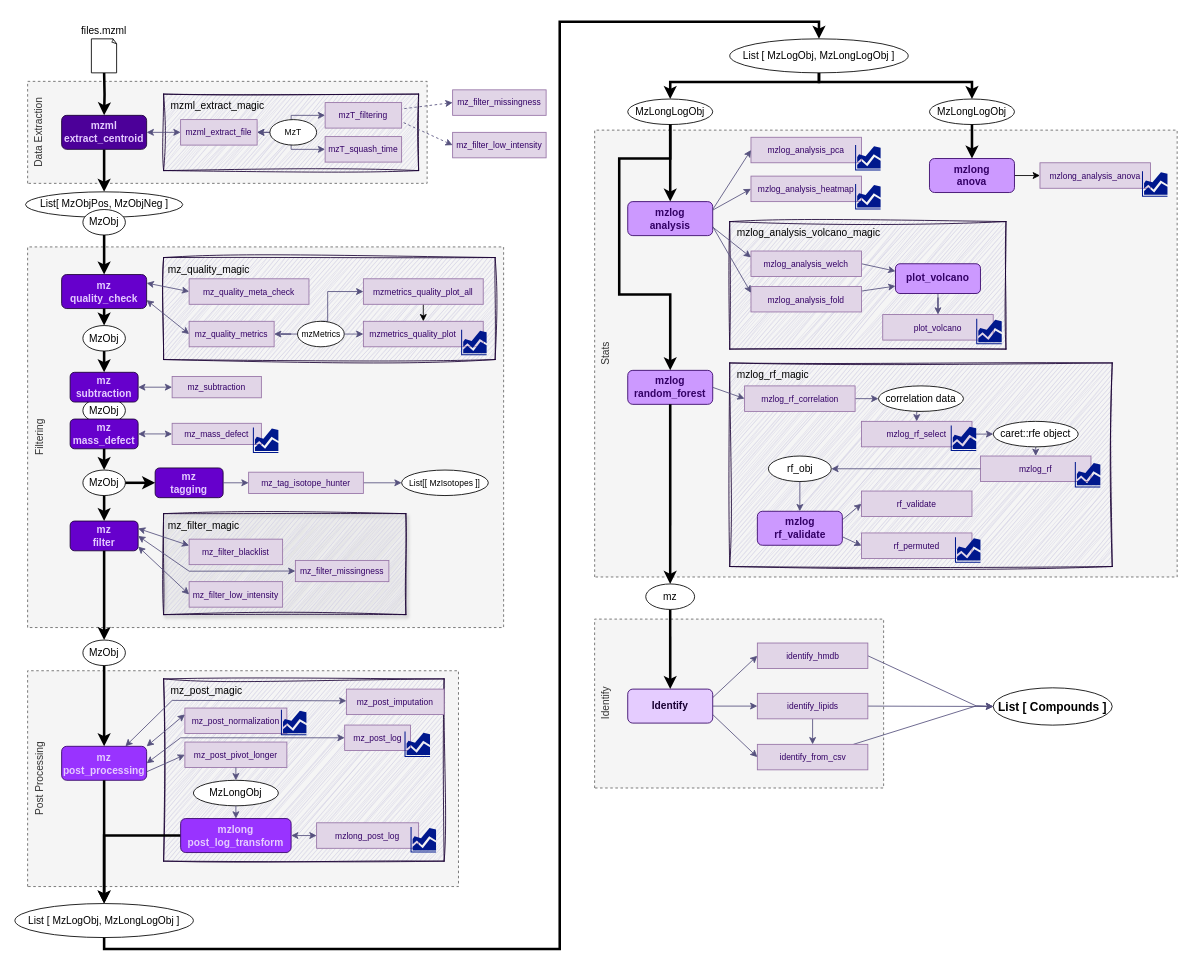
The draw.io diagram page "medusa_detailed" (2 of 5) of diagrams/source/medusa.drawio in laura-hetzel/MeDUSA, before the edit. Source tidied: cells renumbered, new cells numbered last; positions are measured from the earlier drawing's top-left corner, leaving out a move shared by most shapes. Both pictures are drawn from the tidied source at 85%, with x=0, y=0 at pixel (14, -68).
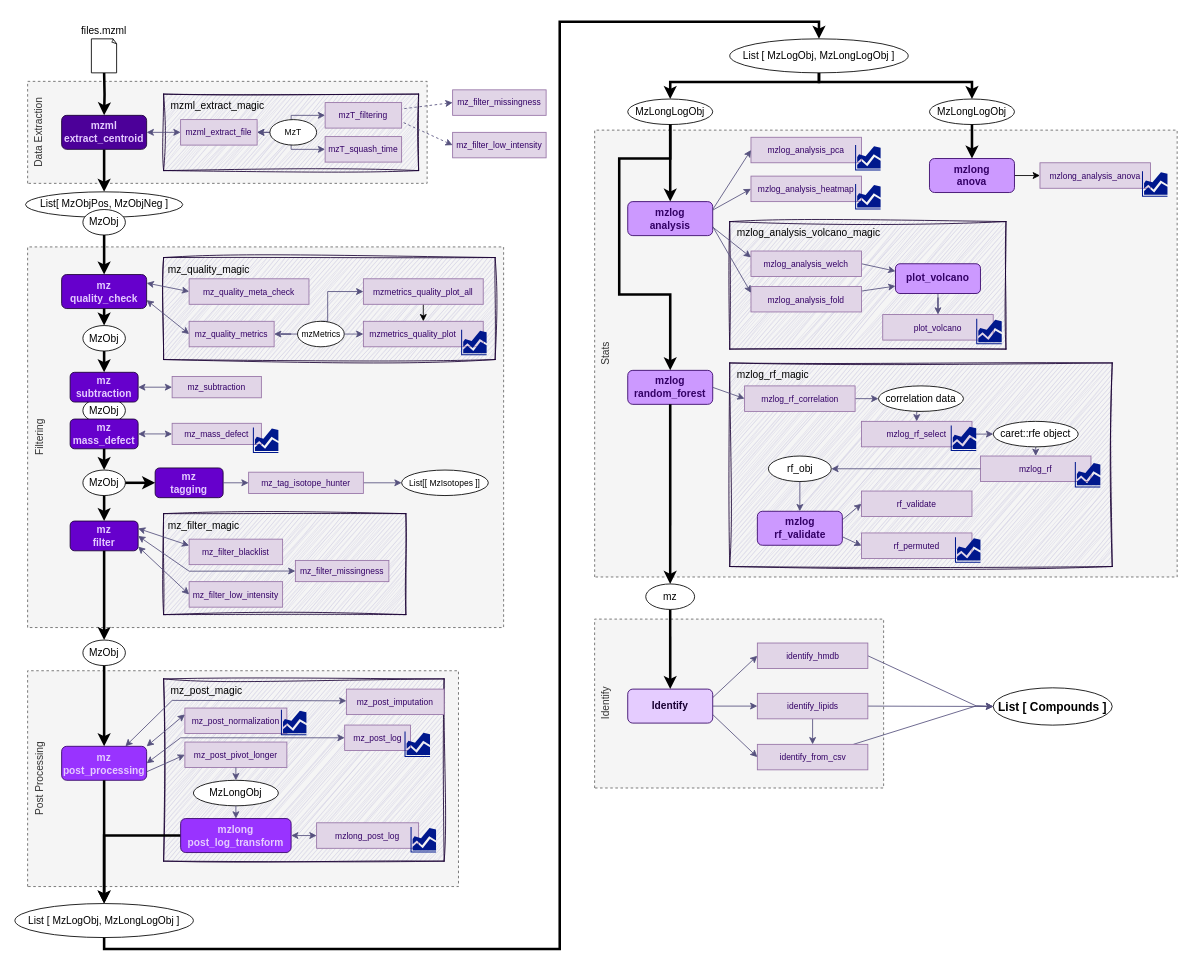
Above is the later version.

Change to the diagram source:
```diff
@@
-    <mxCell id="61" value="&amp;nbsp;mz_filter_magic" style="rounded=0;whiteSpace=wrap;html=1;fillColor=#d0cee2;strokeColor=#190033;verticalAlign=top;align=left;sketch=1;curveFitting=1;jiggle=2;shadow=1;" parent="1" vertex="1">
+    <mxCell id="61" value="&amp;nbsp;mz_filter_magic" style="rounded=0;whiteSpace=wrap;html=1;fillColor=#d0cee2;strokeColor=#190033;verticalAlign=top;align=left;sketch=1;curveFitting=1;jiggle=2;shadow=0;" parent="1" vertex="1">
       <mxGeometry x="175" y="683.8" width="285" height="118.8" as="geometry" />
     </mxCell>
```
